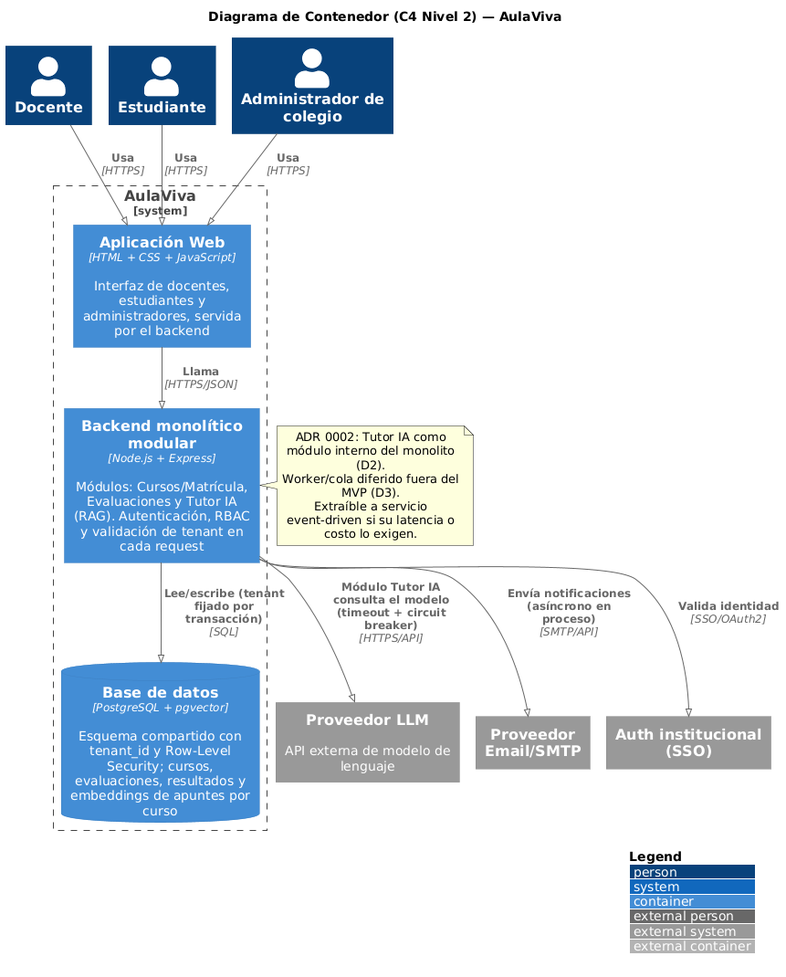
Erolayer-Cl/FeathersForAll keeps this PlantUML diagram as FeathersForAll/Documentos/c4/l2-container.png. Above is the earlier version.
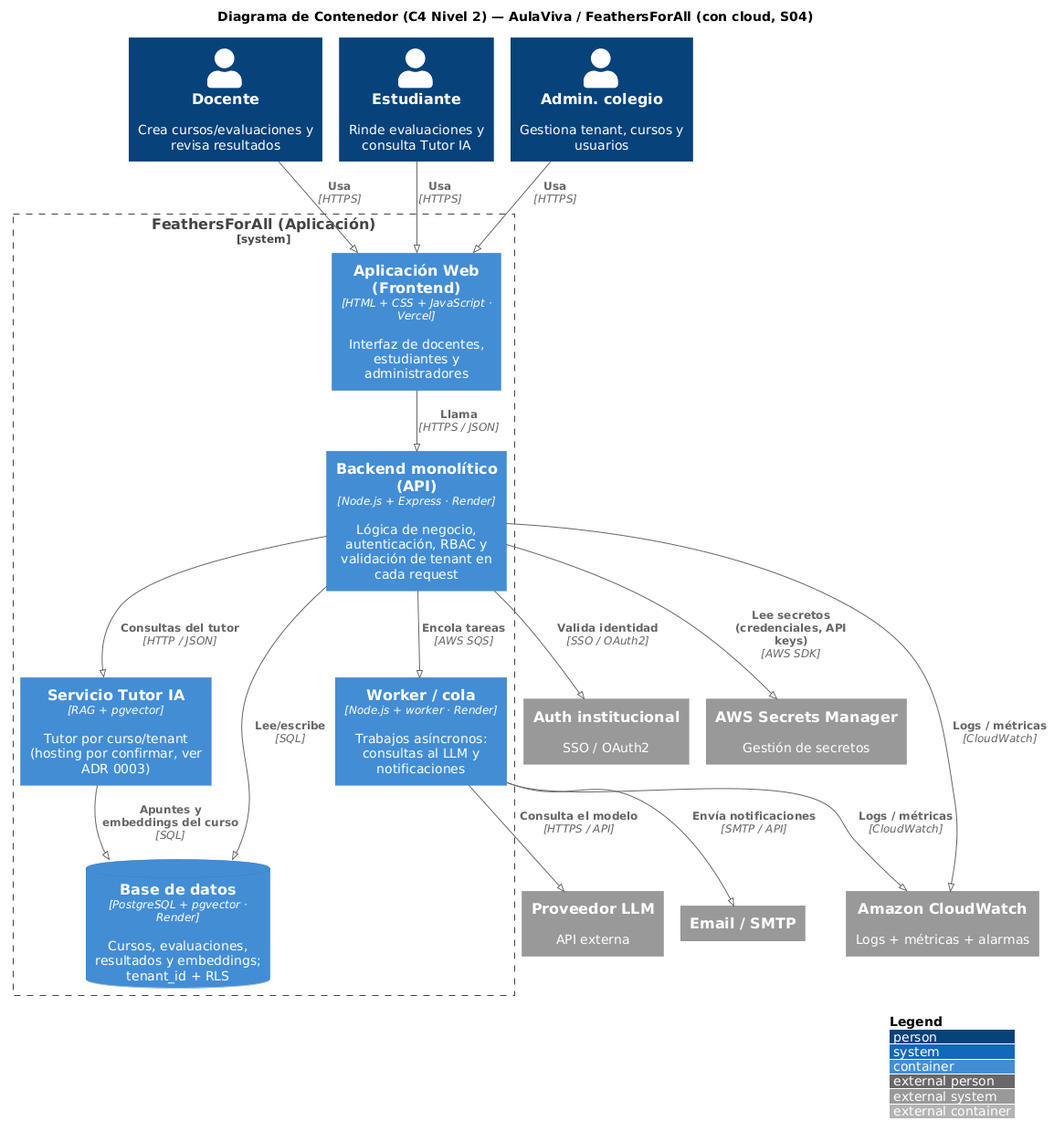
The same diagram one commit later.

Commit message:
docs(s04): checklist 12-Factor, ADR 0003 cloud, managed services y C4 L2 actualizado

The edit, as a diff of the source:
```diff
@@ -4,36 +4,40 @@
 
 LAYOUT_WITH_LEGEND()
 
-title Diagrama de Contenedor (C4 Nivel 2) — AulaViva
+title Diagrama de Contenedor (C4 Nivel 2) — AulaViva / FeathersForAll (con cloud, S04)
 
-Person(docente, "Docente")
-Person(estudiante, "Estudiante")
-Person(admin, "Administrador de colegio")
+Person(docente, "Docente", "Crea cursos/evaluaciones y revisa resultados")
+Person(estudiante, "Estudiante", "Rinde evaluaciones y consulta Tutor IA")
+Person(admin, "Admin. colegio", "Gestiona tenant, cursos y usuarios")
 
-System_Boundary(aulaviva, "AulaViva") {
-  Container(web, "Aplicación Web", "HTML + CSS + JavaScript", "Interfaz de docentes, estudiantes y administradores, servida por el backend")
-  Container(api, "Backend monolítico modular", "Node.js + Express", "Módulos: Cursos/Matrícula, Evaluaciones y Tutor IA (RAG). Autenticación, RBAC y validación de tenant en cada request")
-  ContainerDb(db, "Base de datos", "PostgreSQL + pgvector", "Esquema compartido con tenant_id y Row-Level Security; cursos, evaluaciones, resultados y embeddings de apuntes por curso")
+System_Boundary(aulaviva, "FeathersForAll (Aplicación)") {
+  Container(web, "Aplicación Web (Frontend)", "HTML + CSS + JavaScript · Vercel", "Interfaz de docentes, estudiantes y administradores")
+  Container(api, "Backend monolítico (API)", "Node.js + Express · Render", "Lógica de negocio, autenticación, RBAC y validación de tenant en cada request")
+  Container(tutor, "Servicio Tutor IA", "RAG + pgvector", "Tutor por curso/tenant (hosting por confirmar, ver ADR 0003)")
+  Container(worker, "Worker / cola", "Node.js + worker · Render", "Trabajos asíncronos: consultas al LLM y notificaciones")
+  ContainerDb(db, "Base de datos", "PostgreSQL + pgvector · Render", "Cursos, evaluaciones, resultados y embeddings; tenant_id + RLS")
 }
 
-System_Ext(llm, "Proveedor LLM", "API externa de modelo de lenguaje")
-System_Ext(email, "Proveedor Email/SMTP")
-System_Ext(auth, "Auth institucional (SSO)")
+System_Ext(llm, "Proveedor LLM", "API externa")
+System_Ext(email, "Email / SMTP")
+System_Ext(auth, "Auth institucional", "SSO / OAuth2")
+System_Ext(secrets, "AWS Secrets Manager", "Gestión de secretos")
+System_Ext(cw, "Amazon CloudWatch", "Logs + métricas + alarmas")
 
 Rel(docente, web, "Usa", "HTTPS")
 Rel(estudiante, web, "Usa", "HTTPS")
 Rel(admin, web, "Usa", "HTTPS")
 
-Rel(web, api, "Llama", "HTTPS/JSON")
-Rel(api, db, "Lee/escribe (tenant fijado por transacción)", "SQL")
-Rel(api, llm, "Módulo Tutor IA consulta el modelo (timeout + circuit breaker)", "HTTPS/API")
-Rel(api, email, "Envía notificaciones (asíncrono en proceso)", "SMTP/API")
-Rel(api, auth, "Valida identidad", "SSO/OAuth2")
-
-note right of api
-  ADR 0002: Tutor IA como módulo interno del monolito (D2).
-  Worker/cola diferido fuera del MVP (D3).
-  Extraíble a servicio event-driven si su latencia o costo lo exigen.
-end note
+Rel(web, api, "Llama", "HTTPS / JSON")
+Rel(api, db, "Lee/escribe", "SQL")
+Rel(api, tutor, "Consultas del tutor", "HTTP / JSON")
+Rel(api, worker, "Encola tareas", "AWS SQS")
+Rel(tutor, db, "Apuntes y embeddings del curso", "SQL")
+Rel(worker, llm, "Consulta el modelo", "HTTPS / API")
+Rel(worker, email, "Envía notificaciones", "SMTP / API")
+Rel(api, secrets, "Lee secretos (credenciales, API keys)", "AWS SDK")
+Rel(api, cw, "Logs / métricas", "CloudWatch")
+Rel(worker, cw, "Logs / métricas", "CloudWatch")
+Rel(api, auth, "Valida identidad", "SSO / OAuth2")
 
 @enduml
```
